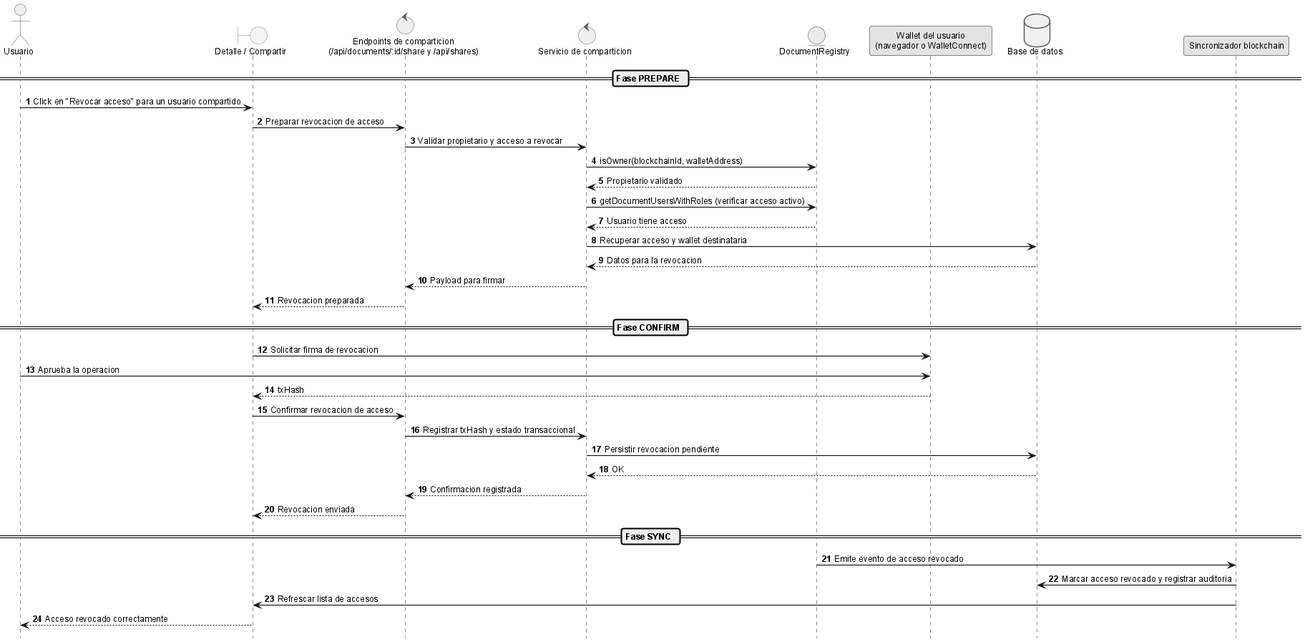
ErDeivih/DocumentChain keeps this PlantUML diagram as anexos/diagramas/seq-revoke-access.png. Above is the earlier version.
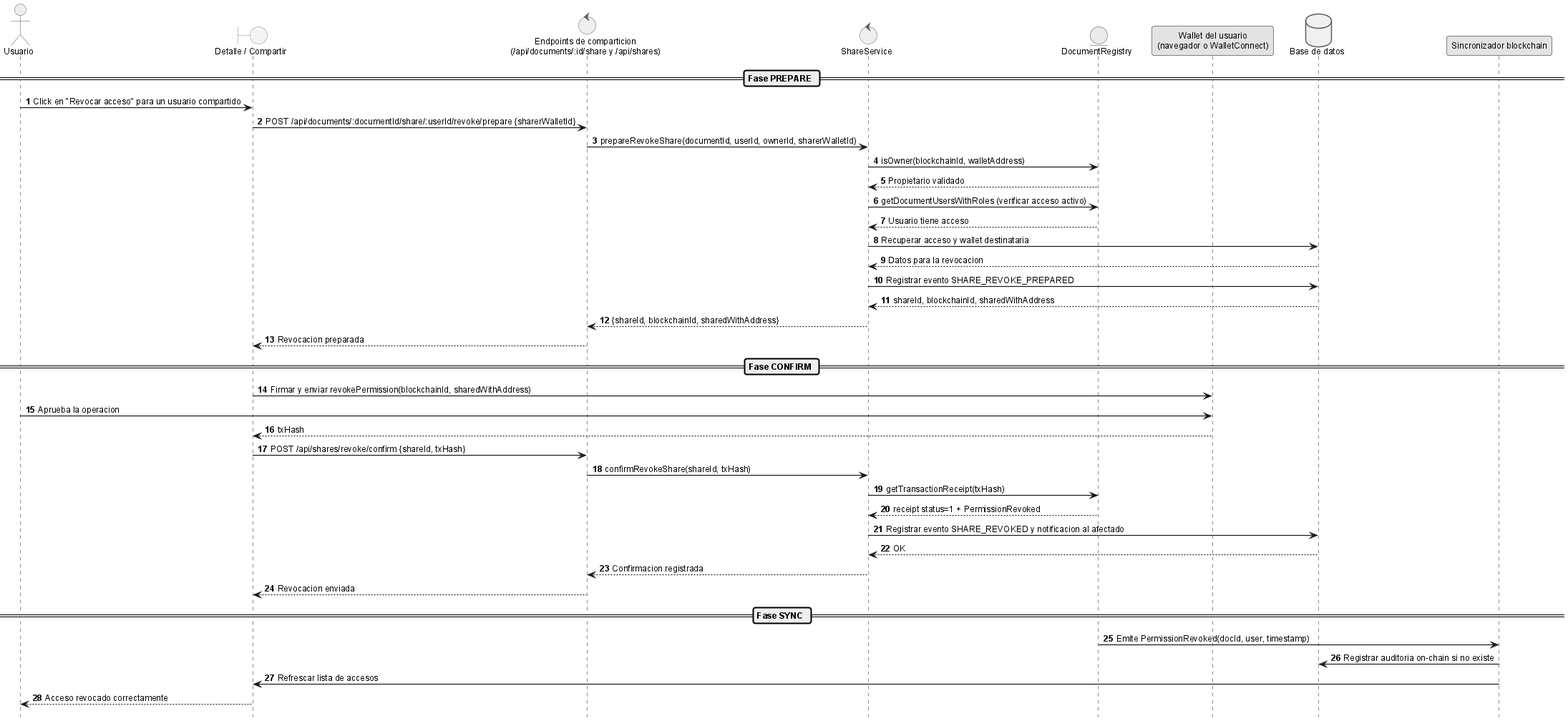
After the change.

What changed in the source:
```diff
@@ -3,7 +3,7 @@
 actor Usuario as user
 boundary "Detalle / Compartir" as ui
 control "Endpoints de comparticion\n(/api/documents/:id/share y /api/shares)" as shareApi
-control "Servicio de comparticion" as srv
+control "ShareService" as srv
 entity "DocumentRegistry" as sc
 participant "Wallet del usuario\n(navegador o WalletConnect)" as wallet
 database "Base de datos" as db
@@ -11,31 +11,35 @@
 
 == Fase PREPARE ==
 user -> ui: Click en "Revocar acceso" para un usuario compartido
-ui -> shareApi: Preparar revocacion de acceso
-shareApi -> srv: Validar propietario y acceso a revocar
+ui -> shareApi: POST /api/documents/:documentId/share/:userId/revoke/prepare {sharerWalletId}
+shareApi -> srv: prepareRevokeShare(documentId, userId, ownerId, sharerWalletId)
 srv -> sc: isOwner(blockchainId, walletAddress)
 sc --> srv: Propietario validado
 srv -> sc: getDocumentUsersWithRoles (verificar acceso activo)
 sc --> srv: Usuario tiene acceso
 srv -> db: Recuperar acceso y wallet destinataria
 db --> srv: Datos para la revocacion
-srv --> shareApi: Payload para firmar
+srv -> db: Registrar evento SHARE_REVOKE_PREPARED
+db --> srv: shareId, blockchainId, sharedWithAddress
+srv --> shareApi: {shareId, blockchainId, sharedWithAddress}
 shareApi --> ui: Revocacion preparada
 
 == Fase CONFIRM ==
-ui -> wallet: Solicitar firma de revocacion
+ui -> wallet: Firmar y enviar revokePermission(blockchainId, sharedWithAddress)
 user -> wallet: Aprueba la operacion
 wallet --> ui: txHash
-ui -> shareApi: Confirmar revocacion de acceso
-shareApi -> srv: Registrar txHash y estado transaccional
-srv -> db: Persistir revocacion pendiente
+ui -> shareApi: POST /api/shares/revoke/confirm {shareId, txHash}
+shareApi -> srv: confirmRevokeShare(shareId, txHash)
+srv -> sc: getTransactionReceipt(txHash)
+sc --> srv: receipt status=1 + PermissionRevoked
+srv -> db: Registrar evento SHARE_REVOKED y notificacion al afectado
 db --> srv: OK
 srv --> shareApi: Confirmacion registrada
 shareApi --> ui: Revocacion enviada
 
 == Fase SYNC ==
-sc -> listener: Emite evento de acceso revocado
-listener -> db: Marcar acceso revocado y registrar auditoria
+sc -> listener: Emite PermissionRevoked(docId, user, timestamp)
+listener -> db: Registrar auditoria on-chain si no existe
 listener -> ui: Refrescar lista de accesos
 ui --> user: Acceso revocado correctamente
 
```
